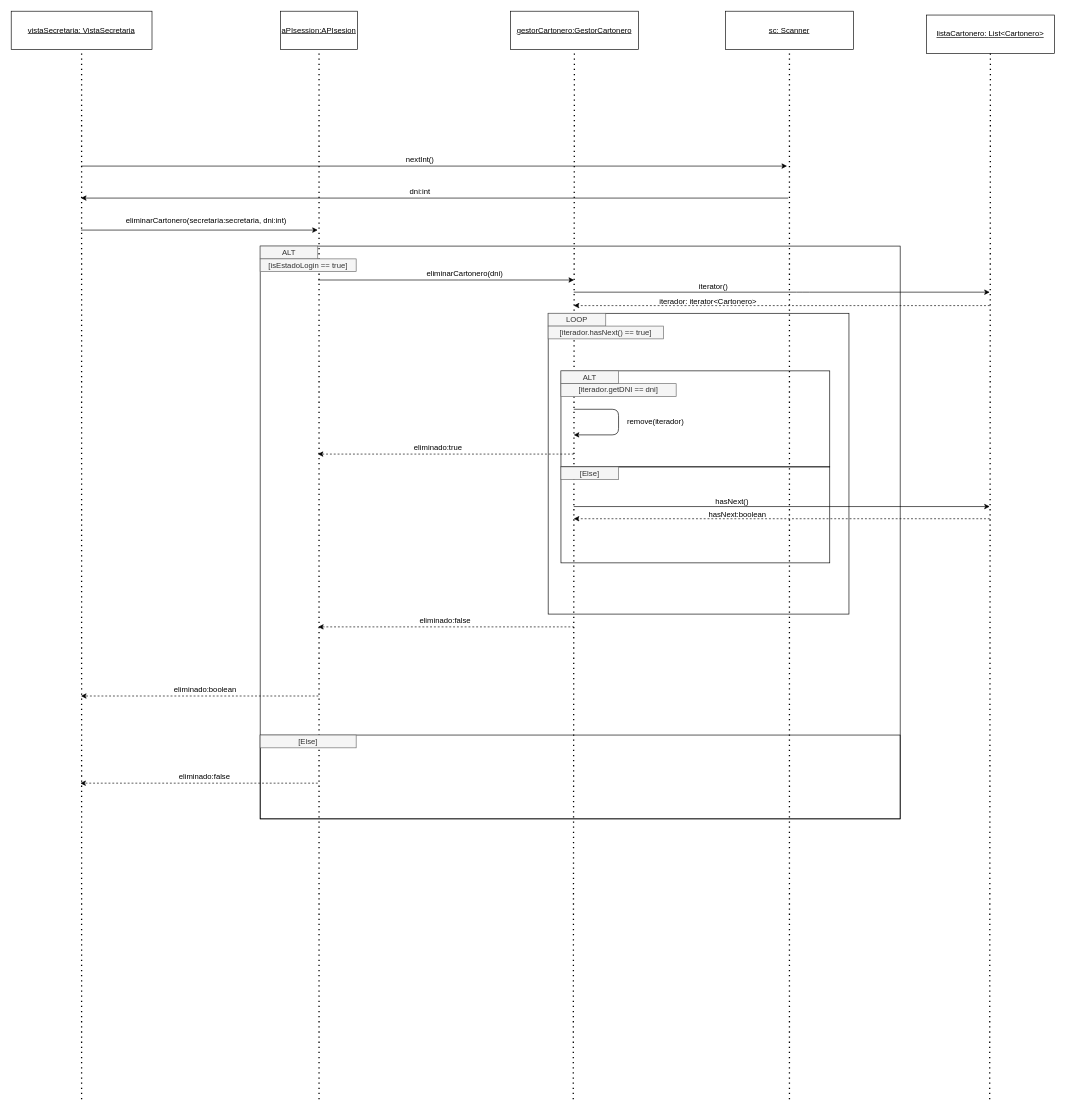
Earlier version of the draw.io diagram page "EliminarCartonero" (2 of 4) of Sprint -2/Entrega/6_Diagramas/Diagrama-Secuencia/Nuevo.drawio (Beltonidas/Trabajo-Especial-MDS-2021). Source tidied: cells renumbered, new cells numbered last; positions are measured from the earlier drawing's top-left corner, leaving out a move shared by most shapes. Both pictures are drawn from the tidied source at 64%, with x=0, y=0 at pixel (11, 11).
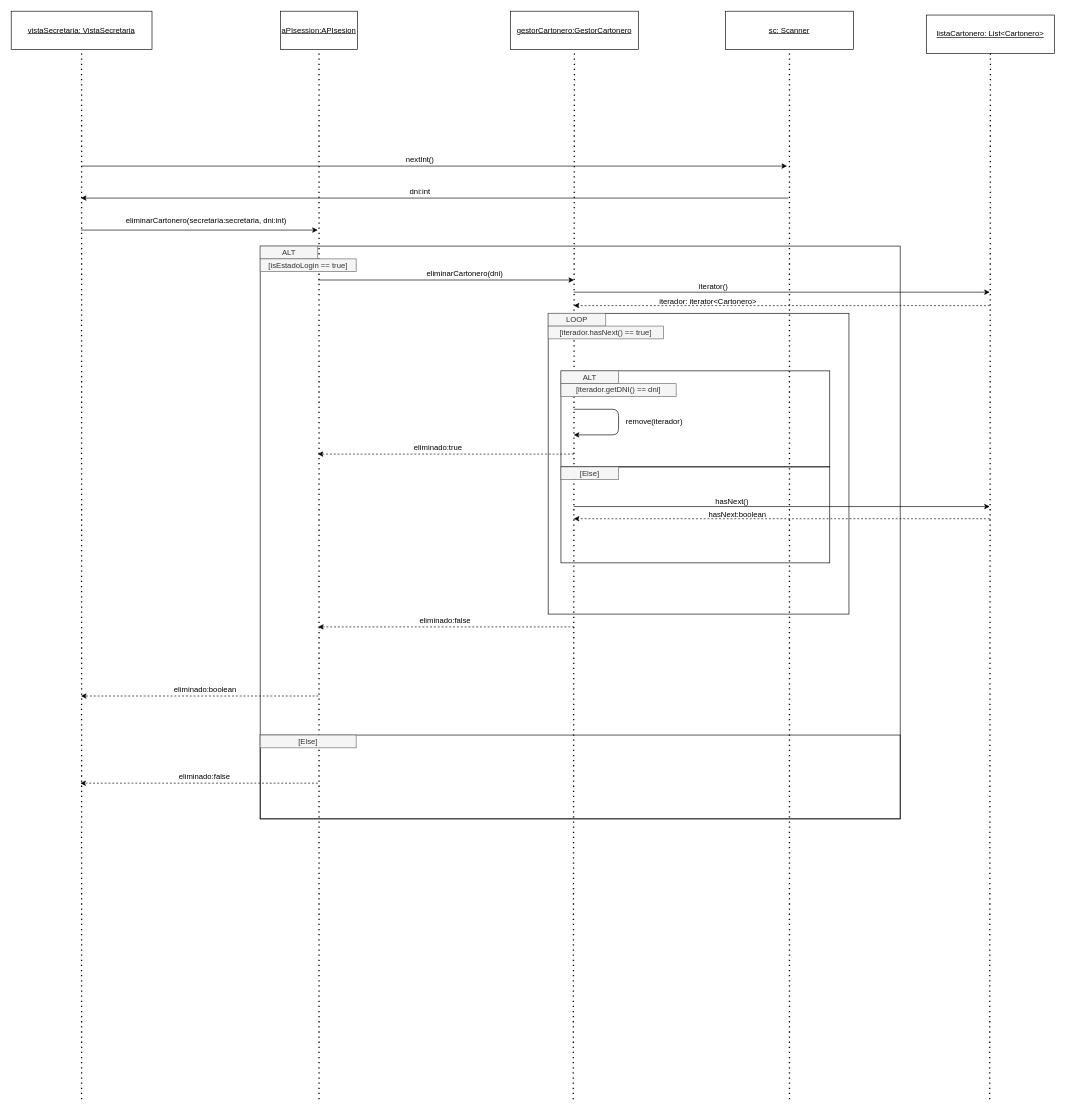
The same page after the edit.

Diff of the diagram source:
```diff
@@
-    <mxCell id="24" value="[iterador.getDNI == dni]" style="text;html=1;strokeColor=#666666;fillColor=#f5f5f5;align=center;verticalAlign=middle;whiteSpace=wrap;rounded=0;fontColor=#333333;" parent="1" vertex="1">
+    <mxCell id="24" value="[iterador.getDNI() == dni]" style="text;html=1;strokeColor=#666666;fillColor=#f5f5f5;align=center;verticalAlign=middle;whiteSpace=wrap;rounded=0;fontColor=#333333;" parent="1" vertex="1">
       <mxGeometry x="859" y="582" width="180" height="20" as="geometry" />
     </mxCell>
@@
     <mxCell id="26" value="remove(iterador)" style="text;html=1;strokeColor=none;fillColor=none;align=center;verticalAlign=middle;whiteSpace=wrap;rounded=0;" parent="1" vertex="1">
-      <mxGeometry x="945" y="632" width="124" height="20" as="geometry" />
+      <mxGeometry x="951" y="632" width="108" height="18" as="geometry" />
     </mxCell>
```
